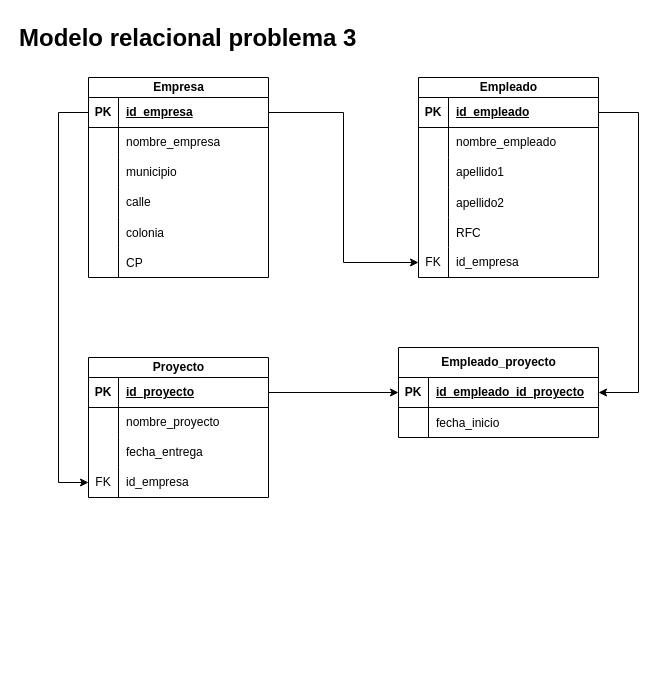
Before: page "Problema-3-MR" (7 of 9) of TASK_1/Problemas.drawio in itsFDavid/Bases-de-datos, a draw.io diagram. Source tidied: cells renumbered, new cells numbered last; positions are measured from the earlier drawing's top-left corner, leaving out a move shared by most shapes. Both pictures are drawn from the tidied source at 100%, with x=0, y=0 at pixel (17, 17).
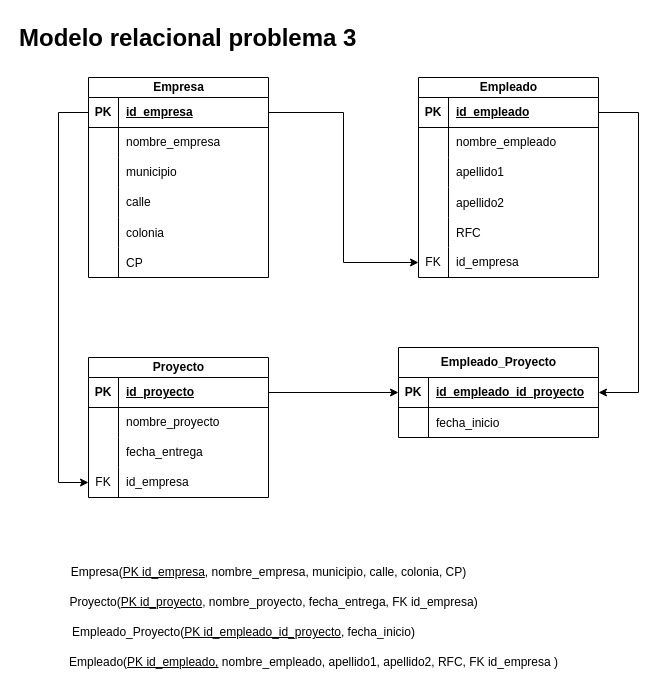
The same page after the edit.

Commit message:
add description the tables of problem 3

Change to the diagram source:
```diff
@@
-    <mxCell id="54" value="Empleado_proyecto" style="shape=table;startSize=30;childLayout=tableLayout;rowLines=0;fontStyle=1;align=center;html=1;" parent="1" vertex="1">
+    <mxCell id="54" value="Empleado_Proyecto" style="shape=table;startSize=30;childLayout=tableLayout;rowLines=0;fontStyle=1;align=center;html=1;" parent="1" vertex="1">
       <mxGeometry x="381" y="330" width="200" height="90" as="geometry" />
     </mxCell>
@@
+    <mxCell id="65" value="Empresa(&lt;u&gt;PK id_empresa&lt;/u&gt;, nombre_empresa, municipio, calle, colonia, CP)" style="text;html=1;align=center;verticalAlign=middle;strokeColor=none;fillColor=none;" parent="1" vertex="1">
+      <mxGeometry x="41" y="540" width="420" height="30" as="geometry" />
+    </mxCell>
+    <mxCell id="66" value="Proyecto(&lt;u&gt;PK id_proyecto&lt;/u&gt;, nombre_proyecto, fecha_entrega, FK id_empresa)" style="text;html=1;align=center;verticalAlign=middle;strokeColor=none;fillColor=none;" parent="1" vertex="1">
+      <mxGeometry x="41" y="570" width="430" height="30" as="geometry" />
+    </mxCell>
+    <mxCell id="67" value="Empleado_Proyecto(&lt;u&gt;PK id_empleado_id_proyecto&lt;/u&gt;, fecha_inicio)" style="text;html=1;align=center;verticalAlign=middle;strokeColor=none;fillColor=none;" parent="1" vertex="1">
+      <mxGeometry x="41" y="600" width="370" height="30" as="geometry" />
+    </mxCell>
+    <mxCell id="68" value="Empleado(&lt;u&gt;PK id_empleado,&lt;/u&gt; nombre_empleado, apellido1, apellido2, RFC, FK id_empresa )" style="text;html=1;align=center;verticalAlign=middle;strokeColor=none;fillColor=none;" parent="1" vertex="1">
+      <mxGeometry x="41" y="630" width="510" height="30" as="geometry" />
+    </mxCell>
```
